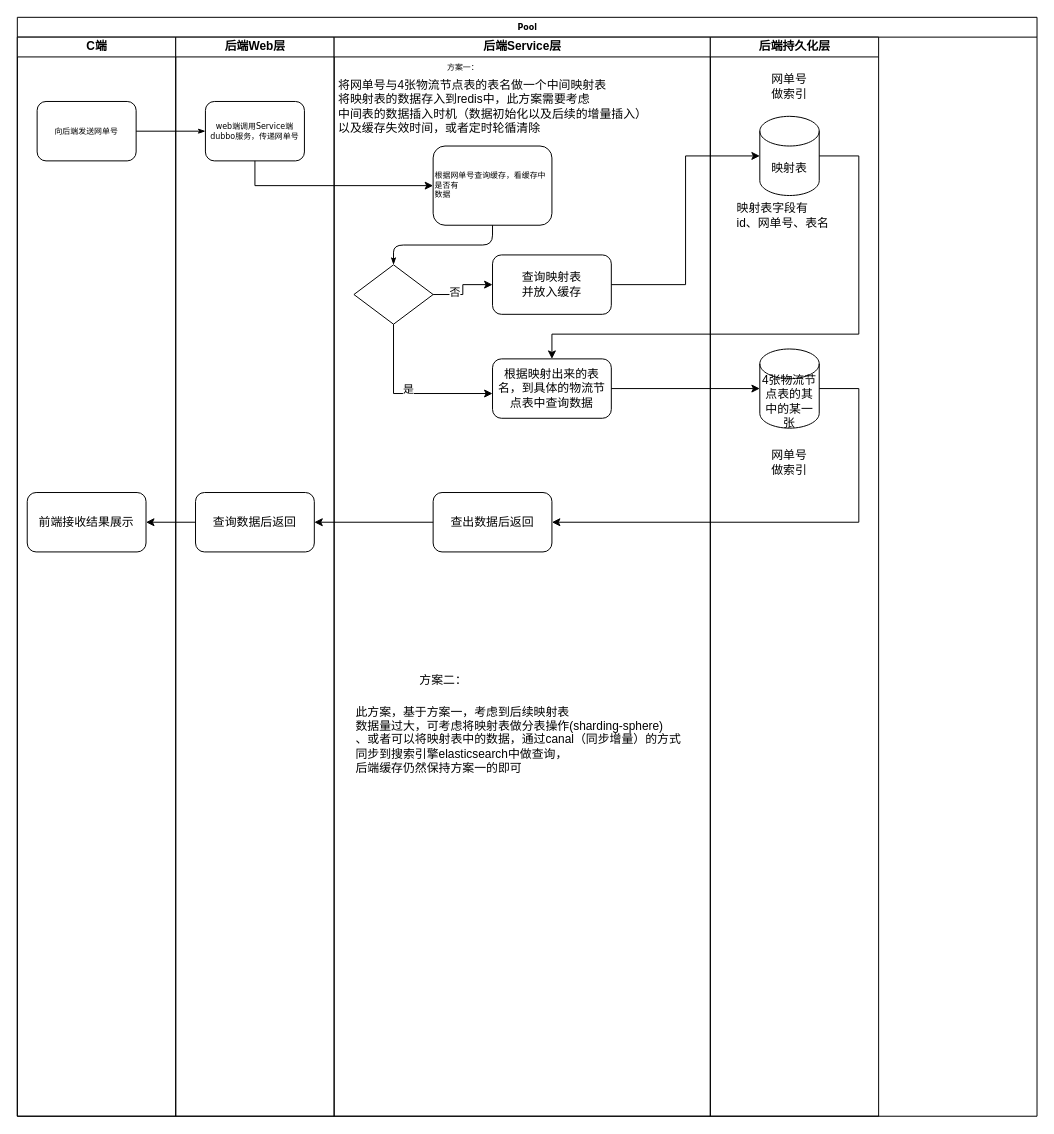
Above: shop/Untitled Diagram.drawio in pin062788/workflow-picture (draw.io), before the change. Source tidied: cells renumbered, new cells numbered last; positions are measured from the earlier drawing's top-left corner, leaving out a move shared by most shapes. Both pictures are drawn from the tidied source at 99%, with x=0, y=0 at pixel (17, 17).
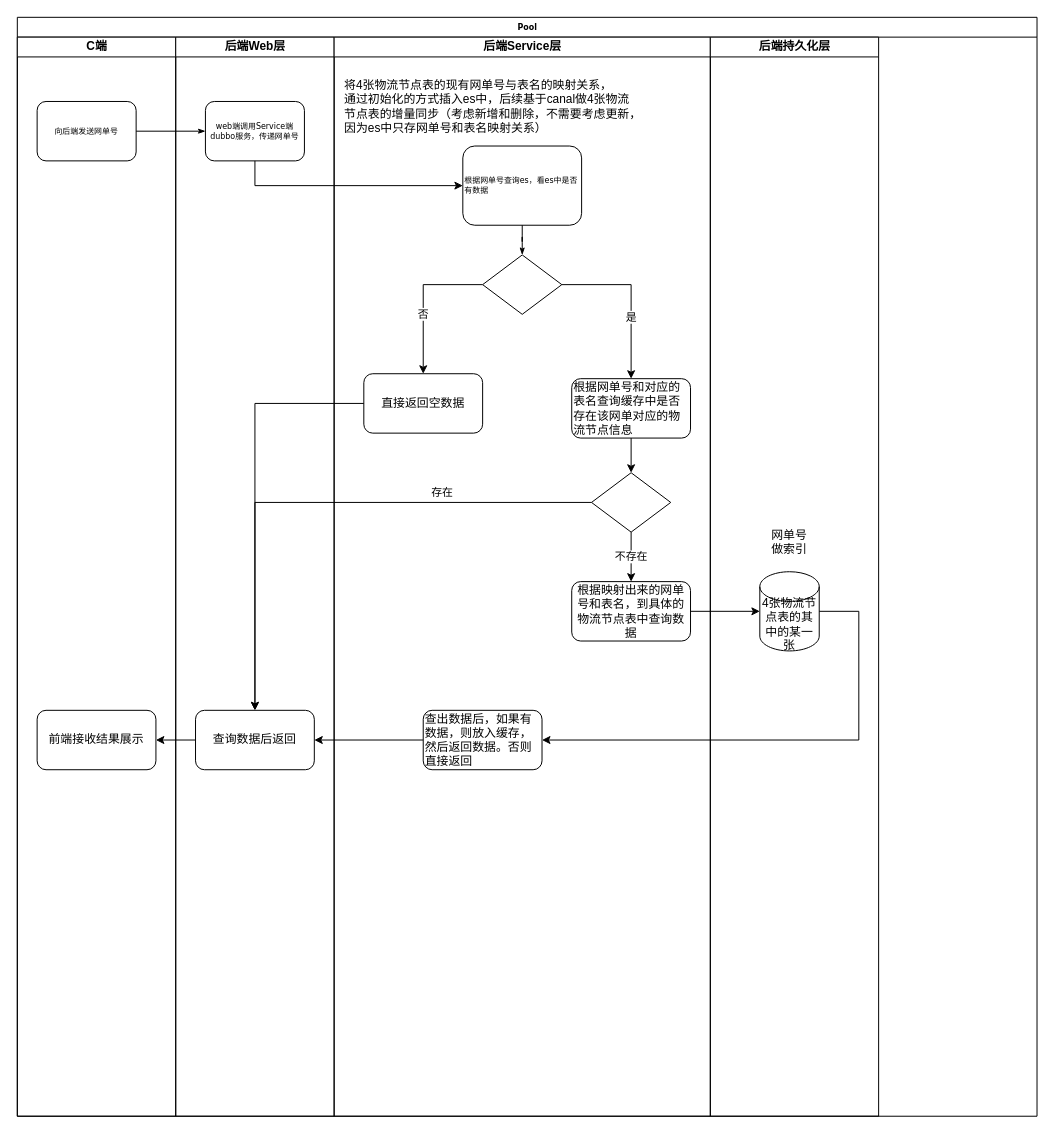
The same page after the edit.

The change refers to these unchanged cells:
```xml
<mxCell id="2" value="Pool" style="swimlane;html=1;startSize=20;rounded=0;shadow=0;labelBackgroundColor=none;strokeWidth=1;fontFamily=Verdana;fontSize=8;align=center;" parent="1" vertex="1">
  <mxGeometry width="1030" height="1110" as="geometry" />
</mxCell>
<mxCell id="3" value="C端" style="swimlane;html=1;startSize=20;" parent="2" vertex="1">
  <mxGeometry y="20" width="160" height="1090" as="geometry" />
</mxCell>
<mxCell id="7" value="后端Web层" style="swimlane;html=1;startSize=20;" parent="2" vertex="1">
  <mxGeometry x="160" y="20" width="160" height="1090" as="geometry" />
</mxCell>
<mxCell id="10" value="后端Service层" style="swimlane;html=1;startSize=20;" parent="2" vertex="1">
  <mxGeometry x="320" y="20" width="380" height="1090" as="geometry" />
</mxCell>
<mxCell id="24" value="后端持久化层" style="swimlane;html=1;startSize=20;" parent="2" vertex="1">
  <mxGeometry x="700" y="20" width="170" height="1090" as="geometry" />
</mxCell>
```

What changed in the source:
```diff
@@
     <mxCell id="5" value="前端接收结果展示" style="rounded=1;whiteSpace=wrap;html=1;" parent="3" vertex="1">
-      <mxGeometry x="10" y="460" width="120" height="60" as="geometry" />
+      <mxGeometry x="20" y="680" width="120" height="60" as="geometry" />
     </mxCell>
@@
     <mxCell id="9" value="查询数据后返回" style="rounded=1;whiteSpace=wrap;html=1;" parent="7" vertex="1">
-      <mxGeometry x="20" y="460" width="120" height="60" as="geometry" />
+      <mxGeometry x="20" y="680" width="120" height="60" as="geometry" />
     </mxCell>
@@
-    <mxCell id="11" value="根据网单号查询缓存，看缓存中是否有&lt;br&gt;数据" style="rounded=1;whiteSpace=wrap;html=1;shadow=0;labelBackgroundColor=none;strokeWidth=1;fontFamily=Verdana;fontSize=8;align=left;" parent="10" vertex="1">
-      <mxGeometry x="100" y="110" width="120" height="80" as="geometry" />
+    <mxCell id="11" value="根据网单号查询es，看es中是否有数据" style="rounded=1;whiteSpace=wrap;html=1;shadow=0;labelBackgroundColor=none;strokeWidth=1;fontFamily=Verdana;fontSize=8;align=left;" parent="10" vertex="1">
+      <mxGeometry x="130" y="110" width="120" height="80" as="geometry" />
     </mxCell>
+    <mxCell id="18" value="是" style="edgeStyle=orthogonalEdgeStyle;rounded=0;jettySize=auto;html=1;exitX=1;exitY=0.5;exitDx=0;exitDy=0;" parent="10" edge="1" source="12" target="16">
+      <mxGeometry x="0.25" relative="1" as="geometry" />
+    </mxCell>
+    <mxCell id="21" value="否" style="edgeStyle=orthogonalEdgeStyle;rounded=0;jettySize=auto;html=1;exitX=0;exitY=0.5;exitDx=0;exitDy=0;entryX=0.5;entryY=0;entryDx=0;entryDy=0;" parent="10" edge="1" source="12" target="19">
+      <mxGeometry x="0.2" relative="1" as="geometry" />
+    </mxCell>
     <mxCell id="12" style="rhombus;whiteSpace=wrap;html=1;rounded=0;shadow=0;labelBackgroundColor=none;strokeWidth=1;fontFamily=Verdana;fontSize=8;align=center;" parent="10" vertex="1">
-      <mxGeometry x="20" y="230" width="80" height="60" as="geometry" />
+      <mxGeometry x="150" y="220" width="80" height="60" as="geometry" />
     </mxCell>
@@
-    <mxCell id="14" value="&lt;span style=&quot;font-family: &amp;#34;verdana&amp;#34; ; font-size: 8px ; text-align: left&quot;&gt;方案一：&lt;/span&gt;" style="text;html=1;align=center;verticalAlign=middle;strokeColor=none;" parent="10" vertex="1">
-      <mxGeometry x="100" y="20" width="60" height="20" as="geometry" />
-    </mxCell>
-    <mxCell id="15" value="&lt;div style=&quot;text-align: left&quot;&gt;&lt;span&gt;将网单号与4张物流节点表的表名做一个中间映射表&lt;/span&gt;&lt;/div&gt;&lt;div style=&quot;text-align: left&quot;&gt;&lt;span&gt;将映射表的数据存入到redis中，此方案需要考虑&lt;/span&gt;&lt;/div&gt;&lt;div style=&quot;text-align: left&quot;&gt;&lt;span&gt;中间表的数据插入时机（数据初始化以及后续的增量插入）&lt;/span&gt;&lt;/div&gt;&lt;div style=&quot;text-align: left&quot;&gt;&lt;span&gt;以及缓存失效时间，或者定时轮循清除&lt;/span&gt;&lt;/div&gt;" style="text;html=1;align=center;verticalAlign=middle;strokeColor=none;" parent="10" vertex="1">
-      <mxGeometry x="-5" y="40" width="330" height="60" as="geometry" />
+    <mxCell id="15" value="&lt;div style=&quot;text-align: left&quot;&gt;将4张物流节点表的现有网单号与表名的映射关系，&lt;/div&gt;&lt;div style=&quot;text-align: left&quot;&gt;通过初始化的方式插入es中，后续基于canal做4张物流&lt;/div&gt;&lt;div style=&quot;text-align: left&quot;&gt;节点表的增量同步（考虑新增和删除，不需要考虑更新，&lt;/div&gt;&lt;div style=&quot;text-align: left&quot;&gt;&lt;span&gt;因为es中只存网单号和表名映射关系）&lt;/span&gt;&lt;/div&gt;" style="text;html=1;align=center;verticalAlign=middle;strokeColor=none;" parent="10" vertex="1">
+      <mxGeometry y="40" width="320" height="60" as="geometry" />
     </mxCell>
+    <mxCell id="38" style="edgeStyle=orthogonalEdgeStyle;rounded=0;jettySize=auto;html=1;exitX=0.5;exitY=1;exitDx=0;exitDy=0;entryX=0.5;entryY=0;entryDx=0;entryDy=0;" parent="10" edge="1" source="16" target="40">
+      <mxGeometry relative="1" as="geometry" />
+    </mxCell>
-    <mxCell id="16" value="根据映射出来的表名，&lt;span style=&quot;text-align: left&quot;&gt;到具体的物流节点表中查询数据&lt;/span&gt;" style="rounded=1;whiteSpace=wrap;html=1;" parent="10" vertex="1">
-      <mxGeometry x="160" y="325" width="120" height="60" as="geometry" />
+    <mxCell id="16" value="&lt;span&gt;根据网单号和对应的表名查询缓存中是否存在该网单对应的物流节点信息&lt;/span&gt;" style="rounded=1;whiteSpace=wrap;html=1;align=left;" parent="10" vertex="1">
+      <mxGeometry x="240" y="345" width="120" height="60" as="geometry" />
     </mxCell>
-    <mxCell id="17" style="edgeStyle=orthogonalEdgeStyle;rounded=0;jettySize=auto;html=1;exitX=0.5;exitY=1;exitDx=0;exitDy=0;" parent="10" edge="1" source="12">
-      <mxGeometry relative="1" as="geometry">
-        <mxPoint x="160" y="360" as="targetPoint" />
-        <Array as="points">
-          <mxPoint x="60" y="360" />
-          <mxPoint x="160" y="360" />
-        </Array>
-      </mxGeometry>
-    </mxCell>
-    <mxCell id="18" value="是" style="edgeLabel;html=1;align=center;verticalAlign=middle;" parent="17" vertex="1">
-      <mxGeometry x="0.15" y="4" relative="1" as="geometry">
-        <mxPoint x="-14" y="-1" as="offset" />
-      </mxGeometry>
-    </mxCell>
-    <mxCell id="19" value="查询映射表&lt;br&gt;并放入缓存" style="rounded=1;whiteSpace=wrap;html=1;" parent="10" vertex="1">
-      <mxGeometry x="160" y="220" width="120" height="60" as="geometry" />
+    <mxCell id="19" value="直接返回空数据" style="rounded=1;whiteSpace=wrap;html=1;" parent="10" vertex="1">
+      <mxGeometry x="30" y="340" width="120" height="60" as="geometry" />
     </mxCell>
-    <mxCell id="20" style="edgeStyle=orthogonalEdgeStyle;rounded=0;jettySize=auto;html=1;exitX=1;exitY=0.5;exitDx=0;exitDy=0;entryX=0;entryY=0.5;entryDx=0;entryDy=0;" parent="10" edge="1" source="12" target="19">
-      <mxGeometry relative="1" as="geometry" />
-    </mxCell>
-    <mxCell id="21" value="否" style="edgeLabel;html=1;align=center;verticalAlign=middle;" parent="20" vertex="1">
-      <mxGeometry x="-0.72" y="3" relative="1" as="geometry">
-        <mxPoint x="11" as="offset" />
-      </mxGeometry>
-    </mxCell>
-    <mxCell id="22" value="查出数据后返回" style="rounded=1;whiteSpace=wrap;html=1;" parent="10" vertex="1">
-      <mxGeometry x="100" y="460" width="120" height="60" as="geometry" />
+    <mxCell id="22" value="查出数据后，如果有数据，则放入缓存，然后返回数据。否则直接返回" style="rounded=1;whiteSpace=wrap;html=1;align=left;" parent="10" vertex="1">
+      <mxGeometry x="90" y="680" width="120" height="60" as="geometry" />
     </mxCell>
-    <mxCell id="23" value="此方案，基于方案一，考虑到后续映射表&lt;br&gt;数据量过大，可考虑将映射表做分表操作(sharding-sphere)&lt;br&gt;、或者可以将映射表中的数据，通过canal（同步增量）的方式&lt;br&gt;同步到搜索引擎elasticsearch中做查询，&lt;br&gt;后端缓存仍然保持方案一的即可" style="text;html=1;align=left;verticalAlign=middle;strokeColor=none;" parent="10" vertex="1">
-      <mxGeometry x="20" y="670" width="340" height="80" as="geometry" />
-    </mxCell>
+    <mxCell id="39" value="&lt;span&gt;根据映射出来的网单号和表名，&lt;/span&gt;&lt;span style=&quot;text-align: left&quot;&gt;到具体的物流节点表中查询数据&lt;/span&gt;" style="rounded=1;whiteSpace=wrap;html=1;" parent="10" vertex="1">
+      <mxGeometry x="240" y="550" width="120" height="60" as="geometry" />
+    </mxCell>
+    <mxCell id="40" style="rhombus;whiteSpace=wrap;html=1;rounded=0;shadow=0;labelBackgroundColor=none;strokeWidth=1;fontFamily=Verdana;fontSize=8;align=center;" parent="10" vertex="1">
+      <mxGeometry x="260" y="440" width="80" height="60" as="geometry" />
+    </mxCell>
+    <mxCell id="41" value="不存在" style="edgeStyle=orthogonalEdgeStyle;rounded=0;jettySize=auto;html=1;exitX=0.5;exitY=1;exitDx=0;exitDy=0;entryX=0.5;entryY=0;entryDx=0;entryDy=0;" parent="10" edge="1" source="40" target="39">
+      <mxGeometry relative="1" as="geometry" />
+    </mxCell>
@@
-    <mxCell id="25" value="映射表" style="shape=cylinder3;whiteSpace=wrap;html=1;boundedLbl=1;backgroundOutline=1;size=15;" parent="24" vertex="1">
-      <mxGeometry x="50" y="80" width="60" height="80" as="geometry" />
-    </mxCell>
     <mxCell id="26" value="4张物流节点表的其中的某一张" style="shape=cylinder3;whiteSpace=wrap;html=1;boundedLbl=1;backgroundOutline=1;size=15;" parent="24" vertex="1">
-      <mxGeometry x="50" y="315" width="60" height="80" as="geometry" />
+      <mxGeometry x="50" y="540" width="60" height="80" as="geometry" />
     </mxCell>
-    <mxCell id="27" value="网单号做索引" style="text;html=1;strokeColor=none;fillColor=none;align=center;verticalAlign=middle;whiteSpace=wrap;rounded=0;" parent="24" vertex="1">
-      <mxGeometry x="60" y="40" width="40" height="20" as="geometry" />
-    </mxCell>
     <mxCell id="28" value="网单号做索引" style="text;html=1;strokeColor=none;fillColor=none;align=center;verticalAlign=middle;whiteSpace=wrap;rounded=0;" parent="24" vertex="1">
-      <mxGeometry x="60" y="420" width="40" height="20" as="geometry" />
+      <mxGeometry x="60" y="500" width="40" height="20" as="geometry" />
     </mxCell>
@@
-    <mxCell id="30" style="edgeStyle=orthogonalEdgeStyle;rounded=0;jettySize=auto;html=1;exitX=1;exitY=0.5;exitDx=0;exitDy=0;entryX=0;entryY=0.5;entryDx=0;entryDy=0;entryPerimeter=0;" parent="2" edge="1" source="16" target="26">
-      <mxGeometry relative="1" as="geometry" />
-    </mxCell>
-    <mxCell id="31" style="edgeStyle=orthogonalEdgeStyle;rounded=0;jettySize=auto;html=1;exitX=1;exitY=0.5;exitDx=0;exitDy=0;entryX=0;entryY=0.5;entryDx=0;entryDy=0;entryPerimeter=0;" parent="2" edge="1" source="19" target="25">
-      <mxGeometry relative="1" as="geometry" />
-    </mxCell>
-    <mxCell id="32" style="edgeStyle=orthogonalEdgeStyle;rounded=0;jettySize=auto;html=1;entryX=0.5;entryY=0;entryDx=0;entryDy=0;" parent="2" edge="1" target="16">
-      <mxGeometry relative="1" as="geometry">
-        <mxPoint x="810" y="140" as="sourcePoint" />
-        <Array as="points">
-          <mxPoint x="850" y="140" />
-          <mxPoint x="850" y="320" />
-          <mxPoint x="540" y="320" />
-        </Array>
-      </mxGeometry>
-    </mxCell>
     <mxCell id="33" style="edgeStyle=orthogonalEdgeStyle;rounded=0;jettySize=auto;html=1;exitX=1;exitY=0.5;exitDx=0;exitDy=0;exitPerimeter=0;entryX=1;entryY=0.5;entryDx=0;entryDy=0;" parent="2" edge="1" source="26" target="22">
       <mxGeometry relative="1" as="geometry">
         <Array as="points">
-          <mxPoint x="850" y="375" />
-          <mxPoint x="850" y="510" />
+          <mxPoint x="850" y="600" />
+          <mxPoint x="850" y="730" />
         </Array>
       </mxGeometry>
     </mxCell>
@@
+    <mxCell id="42" value="存在" style="edgeStyle=orthogonalEdgeStyle;rounded=0;jettySize=auto;html=1;exitX=0;exitY=0.5;exitDx=0;exitDy=0;" parent="2" edge="1" source="40" target="9">
+      <mxGeometry x="-0.45" y="-10" relative="1" as="geometry" />
+    </mxCell>
+    <mxCell id="43" style="edgeStyle=orthogonalEdgeStyle;rounded=0;jettySize=auto;html=1;exitX=1;exitY=0.5;exitDx=0;exitDy=0;entryX=0;entryY=0.5;entryDx=0;entryDy=0;entryPerimeter=0;" parent="2" edge="1" source="39" target="26">
+      <mxGeometry relative="1" as="geometry" />
+    </mxCell>
+    <mxCell id="44" style="edgeStyle=orthogonalEdgeStyle;rounded=0;jettySize=auto;html=1;exitX=0;exitY=0.5;exitDx=0;exitDy=0;" parent="2" edge="1" source="19" target="9">
+      <mxGeometry relative="1" as="geometry" />
+    </mxCell>
@@
-    <mxCell id="36" value="方案二：" style="text;html=1;align=center;verticalAlign=middle;strokeColor=none;" parent="1" vertex="1">
-      <mxGeometry x="400" y="660" width="60" height="20" as="geometry" />
-    </mxCell>
-    <mxCell id="37" value="映射表字段有&lt;br&gt;id、网单号、表名" style="text;html=1;align=left;verticalAlign=middle;strokeColor=none;" parent="1" vertex="1">
-      <mxGeometry x="725" y="185" width="110" height="30" as="geometry" />
-    </mxCell>
```
